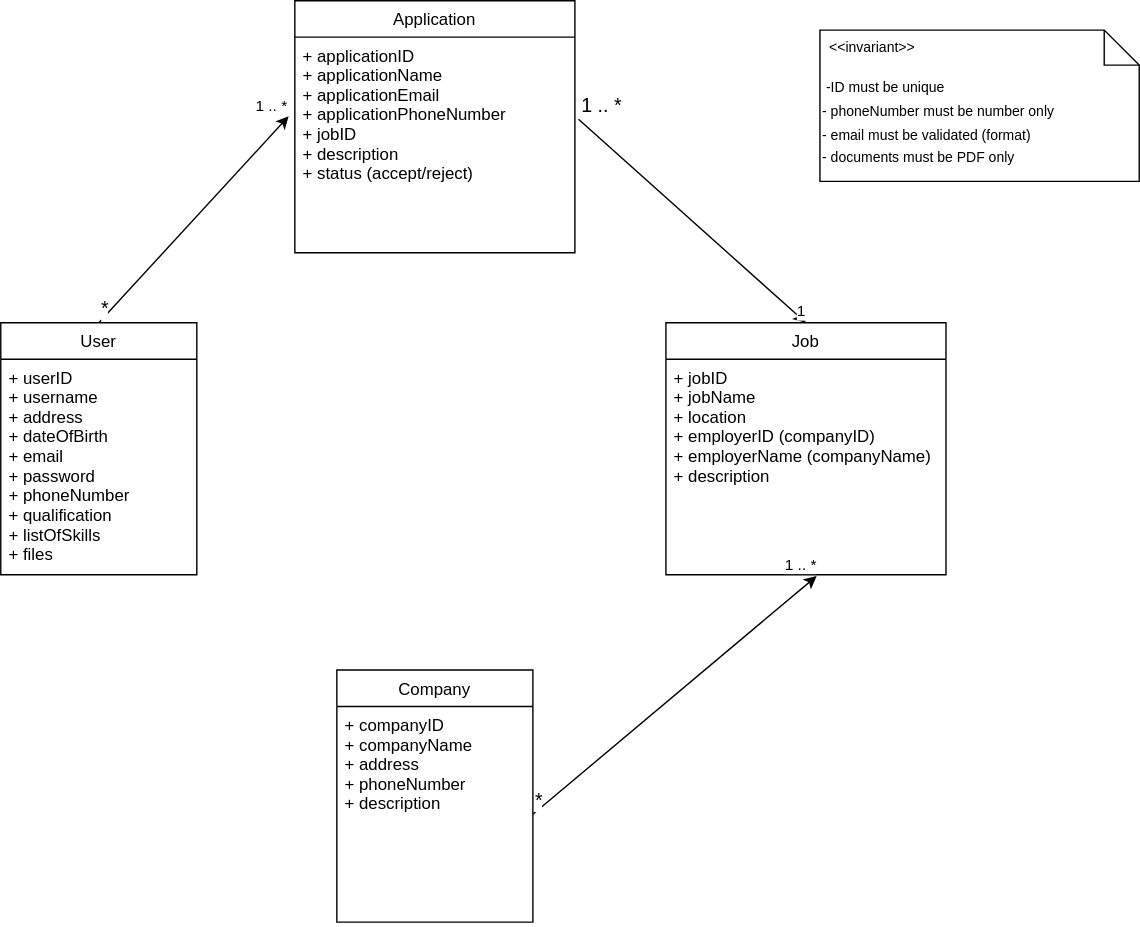
Earlier version of the draw.io export uml/information_domain_model.svg (troppdus/MyWorstJobApp). Source tidied: cells renumbered, new cells last; positions are measured from the earlier drawing's top-left corner, leaving out a move shared by most shapes. Source of this version:
```xml
<mxGraphModel background="#FFFFFF">
  <root>
    <mxCell id="0" />
    <mxCell id="1" parent="0" />
    <mxCell id="2" value="User" style="swimlane;fontStyle=0;horizontal=1;startSize=26;fillColor=none;" parent="1" vertex="1">
      <mxGeometry y="230" width="140" height="180" as="geometry" />
    </mxCell>
    <mxCell id="3" value="+ userID&#10;+ username&#10;+ address&#10;+ dateOfBirth&#10;+ email&#10;+ password&#10;+ phoneNumber&#10;+ qualification&#10;+ listOfSkills&#10;+ files&#10;&#10;" style="text;strokeColor=none;fillColor=none;align=left;verticalAlign=top;spacingLeft=4;spacingRight=4;overflow=hidden;points=[[0,0.5],[1,0.5]];portConstraint=eastwest;" parent="2" vertex="1">
      <mxGeometry y="26" width="140" height="154" as="geometry" />
    </mxCell>
    <mxCell id="4" value="Company" style="swimlane;fontStyle=0;horizontal=1;startSize=26;fillColor=none;" parent="1" vertex="1">
      <mxGeometry x="240" y="478" width="140" height="180" as="geometry" />
    </mxCell>
    <mxCell id="5" value="+ companyID&#10;+ companyName&#10;+ address&#10;+ phoneNumber&#10;+ description&#10;&#10;" style="text;strokeColor=none;fillColor=none;align=left;verticalAlign=top;spacingLeft=4;spacingRight=4;overflow=hidden;points=[[0,0.5],[1,0.5]];portConstraint=eastwest;" parent="4" vertex="1">
      <mxGeometry y="26" width="140" height="154" as="geometry" />
    </mxCell>
    <mxCell id="6" value="Job" style="swimlane;fontStyle=0;horizontal=1;startSize=26;fillColor=none;" parent="1" vertex="1">
      <mxGeometry x="475" y="230" width="200" height="180" as="geometry" />
    </mxCell>
    <mxCell id="7" value="+ jobID&#10;+ jobName&#10;+ location&#10;+ employerID (companyID)&#10;+ employerName (companyName)&#10;+ description&#10;&#10;" style="text;strokeColor=none;fillColor=none;align=left;verticalAlign=top;spacingLeft=4;spacingRight=4;overflow=hidden;points=[[0,0.5],[1,0.5]];portConstraint=eastwest;" parent="6" vertex="1">
      <mxGeometry y="26" width="200" height="154" as="geometry" />
    </mxCell>
    <mxCell id="8" value="Application" style="swimlane;fontStyle=0;horizontal=1;startSize=26;fillColor=none;" parent="1" vertex="1">
      <mxGeometry x="210" width="200" height="180" as="geometry" />
    </mxCell>
    <mxCell id="9" value="+ applicationID&#10;+ applicationName&#10;+ applicationEmail&#10;+ applicationPhoneNumber&#10;+ jobID&#10;+ description&#10;+ status (accept/reject)&#10;&#10;" style="text;strokeColor=none;fillColor=none;align=left;verticalAlign=top;spacingLeft=4;spacingRight=4;overflow=hidden;points=[[0,0.5],[1,0.5]];portConstraint=eastwest;" parent="8" vertex="1">
      <mxGeometry y="26" width="200" height="154" as="geometry" />
    </mxCell>
    <mxCell id="10" style="endArrow=classic;html=1;exitX=0.5;exitY=0;exitDx=0;exitDy=0;entryX=-0.022;entryY=0.367;entryDx=0;entryDy=0;entryPerimeter=0;" parent="1" edge="1" source="2" target="9">
      <mxGeometry relative="1" as="geometry" />
    </mxCell>
    <mxCell id="11" value="&lt;font style=&quot;font-size: 14px;&quot;&gt;*&lt;/font&gt;" style="edgeLabel;html=1;align=left;verticalAlign=bottom;" parent="10" vertex="1">
      <mxGeometry x="-1" relative="1" as="geometry" />
    </mxCell>
    <mxCell id="12" value="1 .. *" style="edgeLabel;html=1;align=right;verticalAlign=bottom;" parent="10" vertex="1">
      <mxGeometry x="1" relative="1" as="geometry" />
    </mxCell>
    <mxCell id="13" style="endArrow=classic;html=1;exitX=1;exitY=0.5;exitDx=0;exitDy=0;entryX=0.538;entryY=1.006;entryDx=0;entryDy=0;entryPerimeter=0;" parent="1" edge="1" source="5" target="7">
      <mxGeometry relative="1" as="geometry" />
    </mxCell>
    <mxCell id="14" value="&lt;font style=&quot;font-size: 14px;&quot;&gt;*&lt;/font&gt;" style="edgeLabel;html=1;align=left;verticalAlign=bottom;" parent="13" vertex="1">
      <mxGeometry x="-1" relative="1" as="geometry" />
    </mxCell>
    <mxCell id="15" value="1 .. *" style="edgeLabel;html=1;align=right;verticalAlign=bottom;" parent="13" vertex="1">
      <mxGeometry x="1" relative="1" as="geometry" />
    </mxCell>
    <mxCell id="16" style="endArrow=classic;html=1;exitX=1.013;exitY=0.381;exitDx=0;exitDy=0;entryX=0.5;entryY=0;entryDx=0;entryDy=0;exitPerimeter=0;" parent="1" edge="1" source="9" target="6">
      <mxGeometry relative="1" as="geometry" />
    </mxCell>
    <mxCell id="17" value="&lt;font style=&quot;font-size: 14px;&quot;&gt;1 .. *&lt;/font&gt;" style="edgeLabel;html=1;align=left;verticalAlign=bottom;" parent="16" vertex="1">
      <mxGeometry x="-1" relative="1" as="geometry" />
    </mxCell>
    <mxCell id="18" value="1" style="edgeLabel;html=1;align=right;verticalAlign=bottom;" parent="16" vertex="1">
      <mxGeometry x="1" relative="1" as="geometry" />
    </mxCell>
    <mxCell id="19" value="&lt;font style=&quot;font-size: 10px;&quot;&gt;&amp;nbsp;-ID must be unique&lt;br&gt;- phoneNumber must be number only&lt;br&gt;- email must be validated (format)&lt;br&gt;- documents must be PDF only&lt;br&gt;&lt;/font&gt;" style="shape=note2;boundedLbl=1;whiteSpace=wrap;html=1;size=25;verticalAlign=top;align=left;fontSize=14;" parent="1" vertex="1">
      <mxGeometry x="585" y="21" width="228" height="108" as="geometry" />
    </mxCell>
    <mxCell id="20" value="&lt;&lt;invariant&gt;&gt;" style="strokeColor=none;fillColor=none;align=left;spacingLeft=5;fontSize=10;" parent="19" vertex="1">
      <mxGeometry width="228" height="25" relative="1" as="geometry" />
    </mxCell>
  </root>
</mxGraphModel>
```
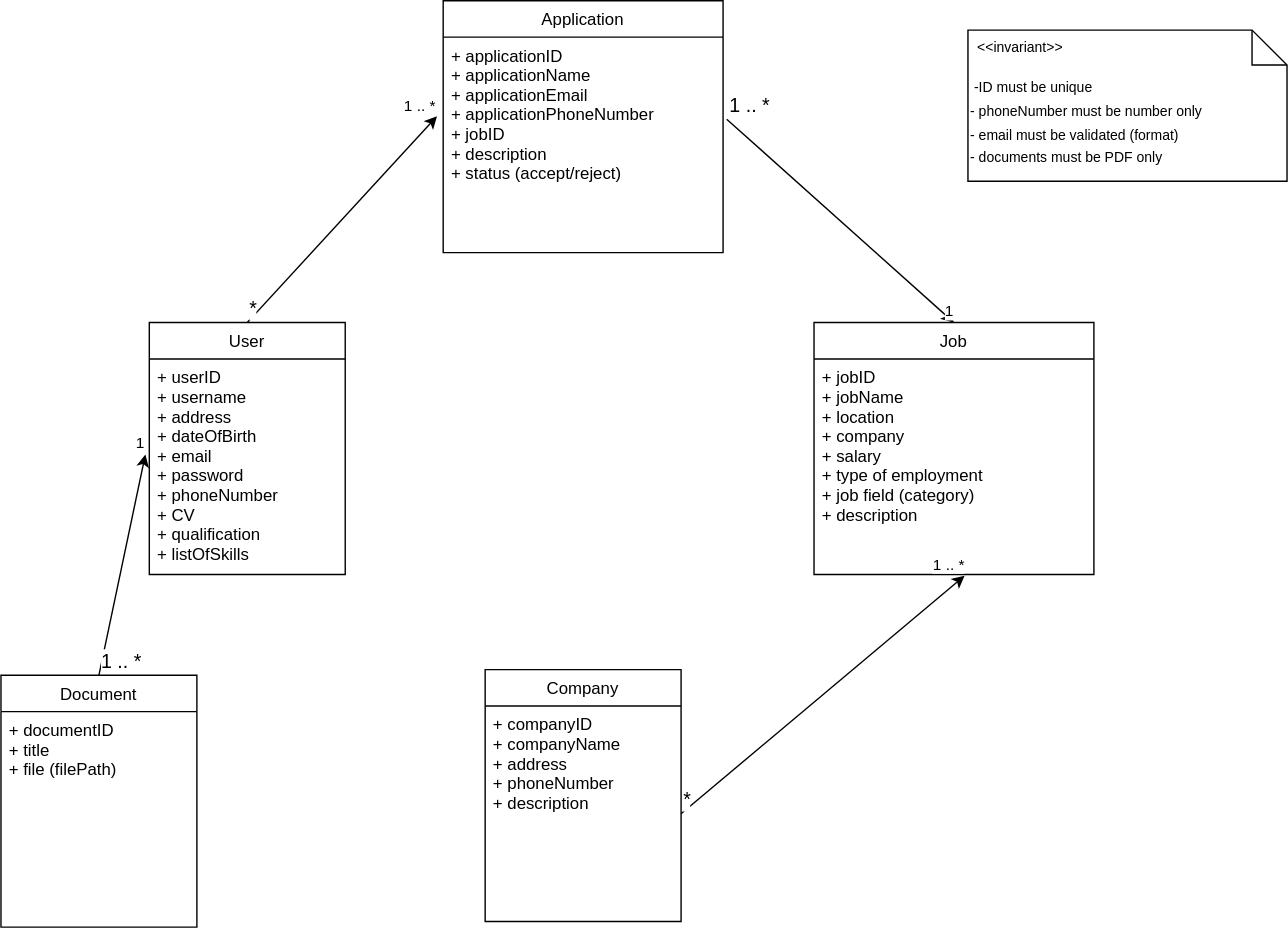
Later version of the same file.

Commit message:
update domain model after discussion

Diff of the diagram source:
```diff
@@ -5,7 +5,7 @@
     <mxCell id="2" value="User" style="swimlane;fontStyle=0;horizontal=1;startSize=26;fillColor=none;" parent="1" vertex="1">
       <mxGeometry y="230" width="140" height="180" as="geometry" />
     </mxCell>
-    <mxCell id="3" value="+ userID&#10;+ username&#10;+ address&#10;+ dateOfBirth&#10;+ email&#10;+ password&#10;+ phoneNumber&#10;+ qualification&#10;+ listOfSkills&#10;+ files&#10;&#10;" style="text;strokeColor=none;fillColor=none;align=left;verticalAlign=top;spacingLeft=4;spacingRight=4;overflow=hidden;points=[[0,0.5],[1,0.5]];portConstraint=eastwest;" parent="2" vertex="1">
+    <mxCell id="3" value="+ userID&#10;+ username&#10;+ address&#10;+ dateOfBirth&#10;+ email&#10;+ password&#10;+ phoneNumber&#10;+ CV&#10;+ qualification&#10;+ listOfSkills&#10;" style="text;strokeColor=none;fillColor=none;align=left;verticalAlign=top;spacingLeft=4;spacingRight=4;overflow=hidden;points=[[0,0.5],[1,0.5]];portConstraint=eastwest;" parent="2" vertex="1">
       <mxGeometry y="26" width="140" height="154" as="geometry" />
     </mxCell>
     <mxCell id="4" value="Company" style="swimlane;fontStyle=0;horizontal=1;startSize=26;fillColor=none;" parent="1" vertex="1">
@@ -17,7 +17,7 @@
     <mxCell id="6" value="Job" style="swimlane;fontStyle=0;horizontal=1;startSize=26;fillColor=none;" parent="1" vertex="1">
       <mxGeometry x="475" y="230" width="200" height="180" as="geometry" />
     </mxCell>
-    <mxCell id="7" value="+ jobID&#10;+ jobName&#10;+ location&#10;+ employerID (companyID)&#10;+ employerName (companyName)&#10;+ description&#10;&#10;" style="text;strokeColor=none;fillColor=none;align=left;verticalAlign=top;spacingLeft=4;spacingRight=4;overflow=hidden;points=[[0,0.5],[1,0.5]];portConstraint=eastwest;" parent="6" vertex="1">
+    <mxCell id="7" value="+ jobID&#10;+ jobName&#10;+ location&#10;+ company&#10;+ salary&#10;+ type of employment&#10;+ job field (category)&#10;+ description&#10;&#10;" style="text;strokeColor=none;fillColor=none;align=left;verticalAlign=top;spacingLeft=4;spacingRight=4;overflow=hidden;points=[[0,0.5],[1,0.5]];portConstraint=eastwest;" parent="6" vertex="1">
       <mxGeometry y="26" width="200" height="154" as="geometry" />
     </mxCell>
     <mxCell id="8" value="Application" style="swimlane;fontStyle=0;horizontal=1;startSize=26;fillColor=none;" parent="1" vertex="1">
@@ -59,5 +59,20 @@
     <mxCell id="20" value="&lt;&lt;invariant&gt;&gt;" style="strokeColor=none;fillColor=none;align=left;spacingLeft=5;fontSize=10;" parent="19" vertex="1">
       <mxGeometry width="228" height="25" relative="1" as="geometry" />
     </mxCell>
+    <mxCell id="21" value="Document" style="swimlane;fontStyle=0;horizontal=1;startSize=26;fillColor=none;" parent="1" vertex="1">
+      <mxGeometry x="-106" y="482" width="140" height="180" as="geometry" />
+    </mxCell>
+    <mxCell id="22" value="+ documentID&#10;+ title&#10;+ file (filePath)&#10;" style="text;strokeColor=none;fillColor=none;align=left;verticalAlign=top;spacingLeft=4;spacingRight=4;overflow=hidden;" parent="21" vertex="1">
+      <mxGeometry y="26" width="140" height="154" as="geometry" />
+    </mxCell>
+    <mxCell id="23" style="endArrow=classic;html=1;exitX=0.5;exitY=0;exitDx=0;exitDy=0;entryX=-0.02;entryY=0.443;entryDx=0;entryDy=0;entryPerimeter=0;" parent="1" edge="1" source="21" target="3">
+      <mxGeometry relative="1" as="geometry" />
+    </mxCell>
+    <mxCell id="24" value="&lt;font style=&quot;font-size: 14px;&quot;&gt;1 .. *&lt;/font&gt;" style="edgeLabel;html=1;align=left;verticalAlign=bottom;" parent="23" vertex="1">
+      <mxGeometry x="-1" relative="1" as="geometry" />
+    </mxCell>
+    <mxCell id="25" value="1" style="edgeLabel;html=1;align=right;verticalAlign=bottom;" parent="23" vertex="1">
+      <mxGeometry x="1" relative="1" as="geometry" />
+    </mxCell>
   </root>
 </mxGraphModel>
```
